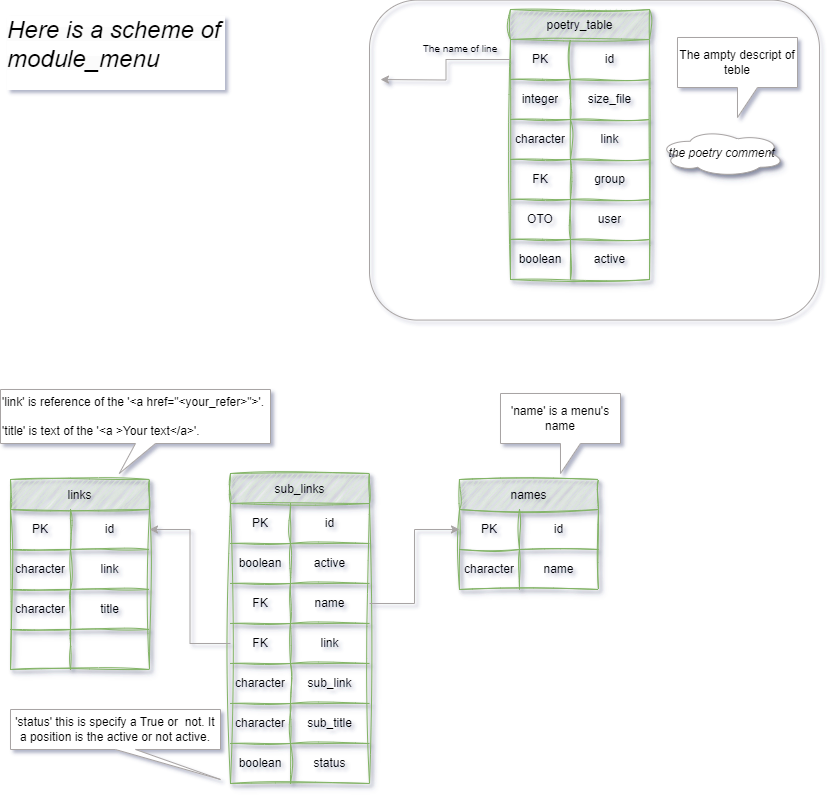
Above: archive/db-module_menu.drawio.png in Tryd0g0lik/module_menu (draw.io), before the change. Source tidied: cells renumbered, new cells last; positions are measured from the earlier drawing's top-left corner, leaving out a move shared by most shapes.
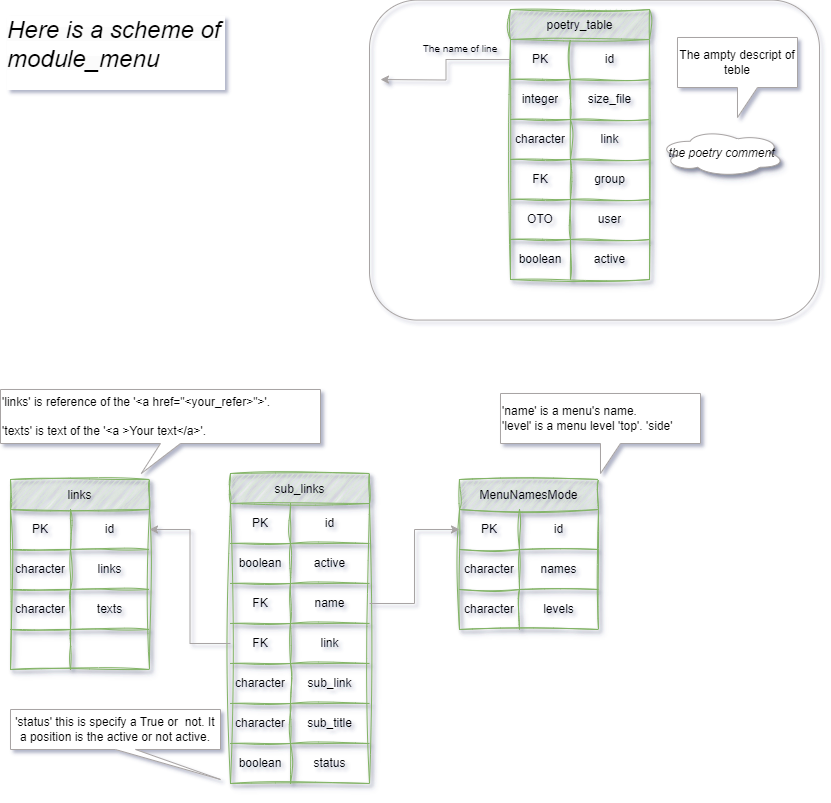
After the commit.

Change to the diagram source:
```diff
@@ -65,8 +65,8 @@
     <mxCell id="22" value="&lt;span style=&quot;font-size: 10px;&quot;&gt;The name of line&lt;/span&gt;" style="text;html=1;align=center;verticalAlign=middle;whiteSpace=wrap;rounded=0;" parent="1" vertex="1">
       <mxGeometry x="410" y="33" width="100" height="30" as="geometry" />
     </mxCell>
-    <mxCell id="23" value="names" style="shape=table;startSize=30;fillColor=#d5e8d4;strokeColor=#82b366;shadow=1;sketch=1;curveFitting=1;jiggle=2;" parent="1" vertex="1">
-      <mxGeometry x="459" y="479" width="139" height="110" as="geometry" />
+    <mxCell id="23" value="MenuNamesMode" style="shape=table;startSize=30;fillColor=#d5e8d4;strokeColor=#82b366;shadow=1;sketch=1;curveFitting=1;jiggle=2;" parent="1" vertex="1">
+      <mxGeometry x="459" y="479" width="139" height="150" as="geometry" />
     </mxCell>
     <mxCell id="24" style="shape=tableRow;horizontal=0;startSize=0;swimlaneHead=0;swimlaneBody=0;strokeColor=inherit;top=0;left=0;bottom=0;right=0;fillColor=none;points=[[0,0.5],[1,0.5]];portConstraint=eastwest;" parent="23" vertex="1">
       <mxGeometry y="30" width="139" height="40" as="geometry" />
@@ -83,9 +83,18 @@
     <mxCell id="28" value="character" style="shape=partialRectangle;html=1;whiteSpace=wrap;strokeColor=inherit;overflow=hidden;fillColor=none;top=0;left=0;bottom=0;right=0;" parent="27" vertex="1">
       <mxGeometry width="60" height="40" as="geometry" />
     </mxCell>
-    <mxCell id="29" value="name" style="shape=partialRectangle;html=1;whiteSpace=wrap;strokeColor=inherit;overflow=hidden;fillColor=none;top=0;left=0;bottom=0;right=0;" parent="27" vertex="1">
+    <mxCell id="29" value="names" style="shape=partialRectangle;html=1;whiteSpace=wrap;strokeColor=inherit;overflow=hidden;fillColor=none;top=0;left=0;bottom=0;right=0;" parent="27" vertex="1">
       <mxGeometry x="60" width="79" height="40" as="geometry" />
     </mxCell>
+    <mxCell id="74" style="shape=tableRow;horizontal=0;startSize=0;swimlaneHead=0;swimlaneBody=0;strokeColor=inherit;top=0;left=0;bottom=0;right=0;fillColor=none;" parent="23" vertex="1">
+      <mxGeometry y="110" width="139" height="40" as="geometry" />
+    </mxCell>
+    <mxCell id="75" value="character" style="shape=partialRectangle;html=1;whiteSpace=wrap;strokeColor=inherit;overflow=hidden;fillColor=none;top=0;left=0;bottom=0;right=0;" parent="74" vertex="1">
+      <mxGeometry width="60" height="40" as="geometry" />
+    </mxCell>
+    <mxCell id="76" value="levels" style="shape=partialRectangle;html=1;whiteSpace=wrap;strokeColor=inherit;overflow=hidden;fillColor=none;top=0;left=0;bottom=0;right=0;" parent="74" vertex="1">
+      <mxGeometry x="60" width="79" height="40" as="geometry" />
+    </mxCell>
     <mxCell id="30" value="links" style="shape=table;startSize=30;fillColor=#d5e8d4;strokeColor=#82b366;shadow=1;sketch=1;curveFitting=1;jiggle=2;" parent="1" vertex="1">
       <mxGeometry x="10" y="479" width="139" height="190" as="geometry" />
     </mxCell>
@@ -104,7 +113,7 @@
     <mxCell id="35" value="character" style="shape=partialRectangle;html=1;whiteSpace=wrap;strokeColor=inherit;overflow=hidden;fillColor=none;top=0;left=0;bottom=0;right=0;" parent="34" vertex="1">
       <mxGeometry width="60" height="40" as="geometry" />
     </mxCell>
-    <mxCell id="36" value="link" style="shape=partialRectangle;html=1;whiteSpace=wrap;strokeColor=inherit;overflow=hidden;fillColor=none;top=0;left=0;bottom=0;right=0;" parent="34" vertex="1">
+    <mxCell id="36" value="links" style="shape=partialRectangle;html=1;whiteSpace=wrap;strokeColor=inherit;overflow=hidden;fillColor=none;top=0;left=0;bottom=0;right=0;" parent="34" vertex="1">
       <mxGeometry x="60" width="79" height="40" as="geometry" />
     </mxCell>
     <mxCell id="37" style="shape=tableRow;horizontal=0;startSize=0;swimlaneHead=0;swimlaneBody=0;strokeColor=inherit;top=0;left=0;bottom=0;right=0;fillColor=none;" parent="30" vertex="1">
@@ -113,7 +122,7 @@
     <mxCell id="38" value="character" style="shape=partialRectangle;html=1;whiteSpace=wrap;strokeColor=inherit;overflow=hidden;fillColor=none;top=0;left=0;bottom=0;right=0;" parent="37" vertex="1">
       <mxGeometry width="60" height="40" as="geometry" />
     </mxCell>
-    <mxCell id="39" value="title" style="shape=partialRectangle;html=1;whiteSpace=wrap;strokeColor=inherit;overflow=hidden;fillColor=none;top=0;left=0;bottom=0;right=0;" parent="37" vertex="1">
+    <mxCell id="39" value="texts" style="shape=partialRectangle;html=1;whiteSpace=wrap;strokeColor=inherit;overflow=hidden;fillColor=none;top=0;left=0;bottom=0;right=0;" parent="37" vertex="1">
       <mxGeometry x="60" width="79" height="40" as="geometry" />
     </mxCell>
     <mxCell id="40" style="shape=tableRow;horizontal=0;startSize=0;swimlaneHead=0;swimlaneBody=0;strokeColor=inherit;top=0;left=0;bottom=0;right=0;fillColor=none;" parent="30" vertex="1">
@@ -197,8 +206,8 @@
     <mxCell id="66" style="edgeStyle=orthogonalEdgeStyle;rounded=0;jettySize=auto;html=1;entryX=1;entryY=0.5;entryDx=0;entryDy=0;strokeColor=#A8A4A4;" parent="1" edge="1" source="53" target="31">
       <mxGeometry relative="1" as="geometry" />
     </mxCell>
-    <mxCell id="67" value="'link' is reference of the '&amp;lt;a href=&quot;&amp;lt;your_refer&amp;gt;&quot;&amp;gt;'.&lt;br&gt;&lt;br&gt;&lt;div&gt;'title' is text&amp;nbsp;&lt;span style=&quot;background-color: initial;&quot;&gt;of the '&amp;lt;a &amp;gt;Your text&amp;lt;/a&amp;gt;'.&lt;br&gt;&lt;/span&gt;&lt;/div&gt;" style="shape=callout;whiteSpace=wrap;html=1;perimeter=calloutPerimeter;strokeColor=#A8A4A4;align=left;verticalAlign=middle;fontFamily=Helvetica;fontSize=12;fontColor=default;fillColor=default;position2=0.44;" parent="1" vertex="1">
-      <mxGeometry y="389" width="270" height="84" as="geometry" />
+    <mxCell id="67" value="'links' is reference of the '&amp;lt;a href=&quot;&amp;lt;your_refer&amp;gt;&quot;&amp;gt;'.&lt;br&gt;&lt;br&gt;&lt;div&gt;'texts' is text&amp;nbsp;&lt;span style=&quot;background-color: initial;&quot;&gt;of the '&amp;lt;a &amp;gt;Your text&amp;lt;/a&amp;gt;'.&lt;br&gt;&lt;/span&gt;&lt;/div&gt;" style="shape=callout;whiteSpace=wrap;html=1;perimeter=calloutPerimeter;strokeColor=#A8A4A4;align=left;verticalAlign=middle;fontFamily=Helvetica;fontSize=12;fontColor=default;fillColor=default;position2=0.44;" parent="1" vertex="1">
+      <mxGeometry y="389" width="320" height="84" as="geometry" />
     </mxCell>
     <mxCell id="68" value="The ampty descript of teble" style="shape=callout;whiteSpace=wrap;html=1;perimeter=calloutPerimeter;strokeColor=#A8A4A4;align=center;verticalAlign=middle;fontFamily=Helvetica;fontSize=12;fontColor=default;fillColor=default;" parent="1" vertex="1">
       <mxGeometry x="677" y="37" width="120" height="80" as="geometry" />
@@ -211,8 +220,8 @@
     <mxCell id="70" style="rounded=1;whiteSpace=wrap;html=1;strokeColor=#A8A4A4;align=center;verticalAlign=middle;fontFamily=Helvetica;fontSize=12;fontColor=default;labelBackgroundColor=default;fillColor=none;" parent="1" vertex="1">
       <mxGeometry x="369" y="-0.4" width="450" height="320" as="geometry" />
     </mxCell>
-    <mxCell id="71" value="'name' is a menu's name" style="shape=callout;whiteSpace=wrap;html=1;perimeter=calloutPerimeter;strokeColor=#A8A4A4;align=center;verticalAlign=middle;fontFamily=Helvetica;fontSize=12;fontColor=default;fillColor=default;" parent="1" vertex="1">
-      <mxGeometry x="500" y="393" width="120" height="80" as="geometry" />
+    <mxCell id="71" value="'name' is a menu's name.&lt;br&gt;'level' is a menu level 'top'. 'side'" style="shape=callout;whiteSpace=wrap;html=1;perimeter=calloutPerimeter;strokeColor=#A8A4A4;align=left;verticalAlign=middle;fontFamily=Helvetica;fontSize=12;fontColor=default;fillColor=default;" parent="1" vertex="1">
+      <mxGeometry x="500" y="393" width="200" height="80" as="geometry" />
     </mxCell>
     <mxCell id="72" value="&lt;span style=&quot;text-align: left;&quot;&gt;'status' this is specify a True or&amp;nbsp; not. It a position is the active or not active.&lt;/span&gt;" style="shape=callout;whiteSpace=wrap;html=1;perimeter=calloutPerimeter;strokeColor=#A8A4A4;align=center;verticalAlign=middle;fontFamily=Helvetica;fontSize=12;fontColor=default;fillColor=default;position2=1;" parent="1" vertex="1">
       <mxGeometry x="10" y="709" width="210" height="70" as="geometry" />
```
